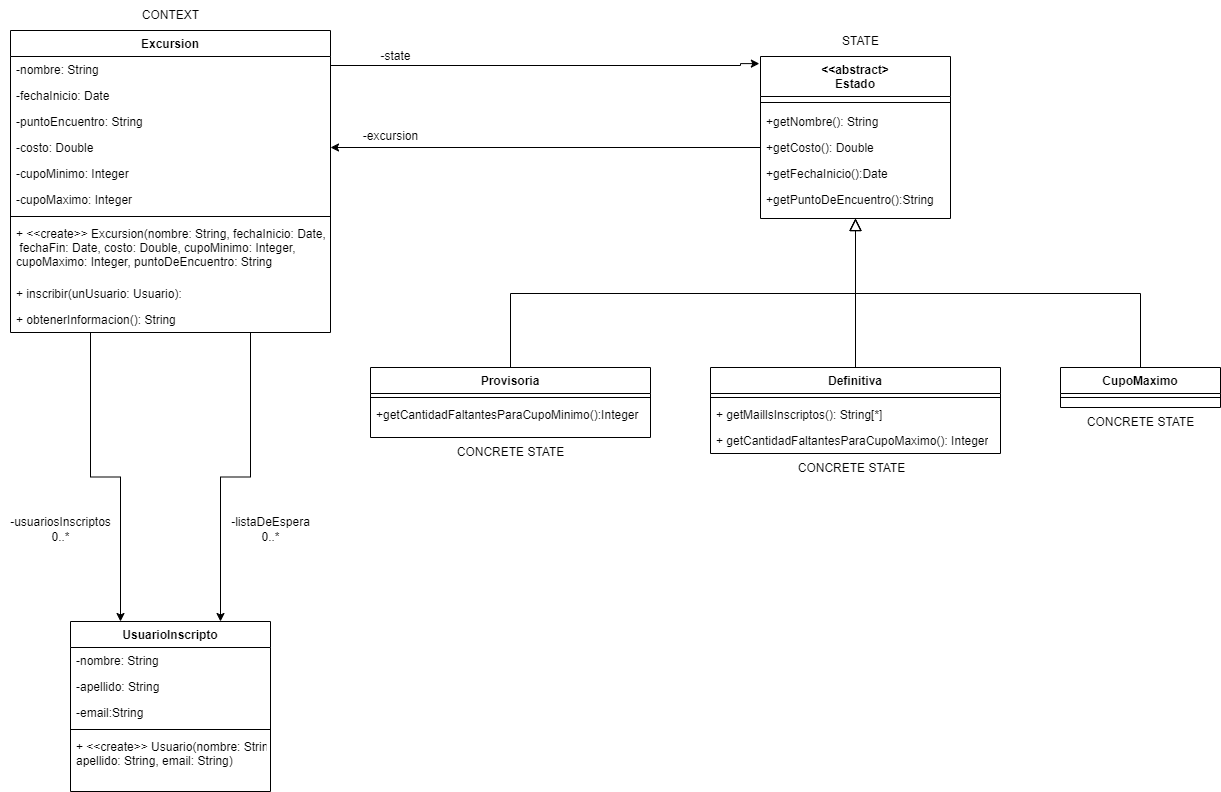
Above: UML/ejercicio8.png in JuCenBer/OO2-Orientacion-Objetos2 (draw.io), before the change. Source tidied: cells renumbered, new cells last; positions are measured from the earlier drawing's top-left corner, leaving out a move shared by most shapes.
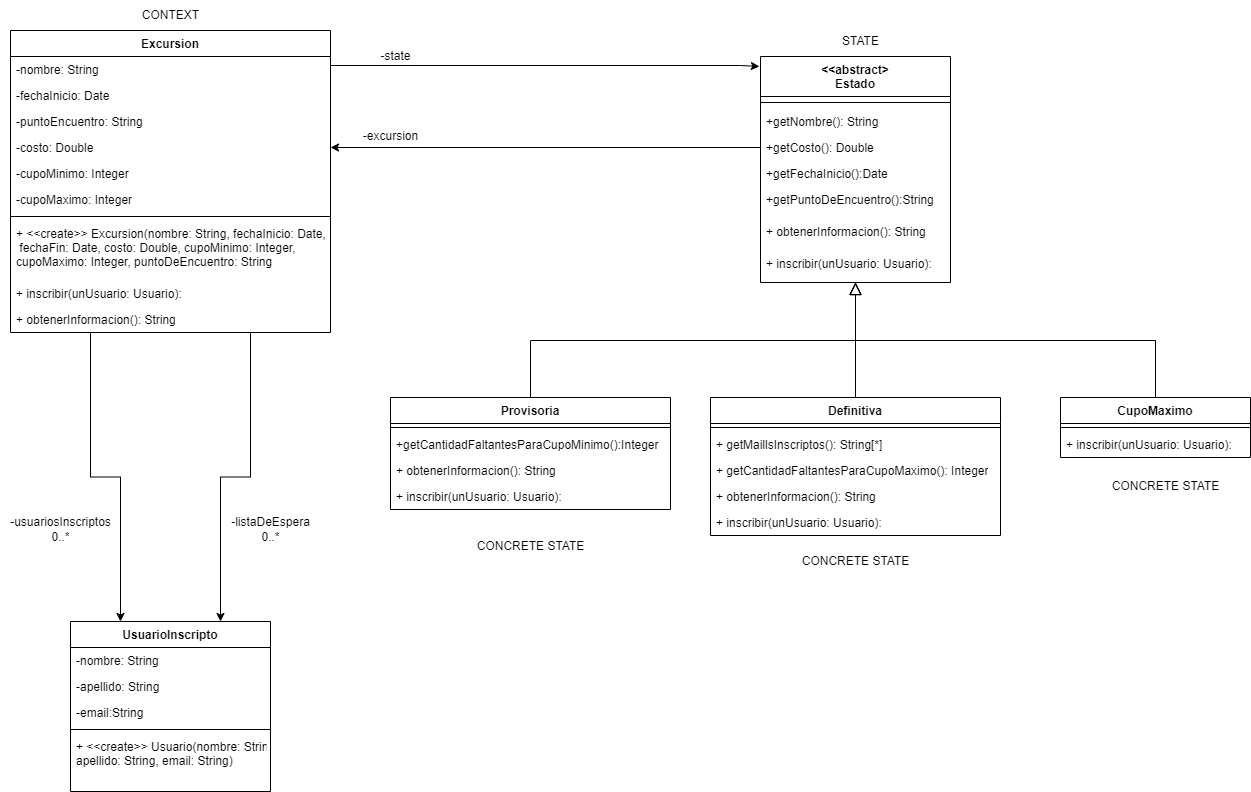
After the commit.

Commit message:
correcciones ejercicio 8

Diff of the diagram source:
```diff
@@ -21,7 +21,7 @@
       <mxGeometry y="112" width="200" height="38" as="geometry" />
     </mxCell>
     <mxCell id="8" value="Provisoria" style="swimlane;fontStyle=1;align=center;verticalAlign=top;horizontal=1;startSize=26;rounded=0;shadow=0;strokeWidth=1;" parent="1" vertex="1">
-      <mxGeometry x="370" y="367" width="280" height="70" as="geometry" />
+      <mxGeometry x="390" y="397" width="280" height="112" as="geometry" />
     </mxCell>
     <mxCell id="9" style="line;html=1;strokeWidth=1;align=left;verticalAlign=middle;spacingTop=-1;spacingLeft=3;spacingRight=3;labelPosition=right;" parent="8" vertex="1">
       <mxGeometry y="26" width="280" height="8" as="geometry" />
@@ -29,15 +29,24 @@
     <mxCell id="10" value="+getCantidadFaltantesParaCupoMinimo():Integer" style="text;align=left;verticalAlign=top;spacingLeft=4;spacingRight=4;overflow=hidden;" parent="8" vertex="1">
       <mxGeometry y="34" width="280" height="26" as="geometry" />
     </mxCell>
+    <mxCell id="50" value="+ obtenerInformacion(): String" style="text;align=left;verticalAlign=top;spacingLeft=4;spacingRight=4;overflow=hidden;" parent="8" vertex="1">
+      <mxGeometry y="60" width="280" height="26" as="geometry" />
+    </mxCell>
+    <mxCell id="51" value="+ inscribir(unUsuario: Usuario):" style="text;align=left;verticalAlign=top;spacingLeft=4;spacingRight=4;overflow=hidden;" parent="8" vertex="1">
+      <mxGeometry y="86" width="280" height="26" as="geometry" />
+    </mxCell>
     <mxCell id="11" style="endArrow=block;endSize=10;endFill=0;shadow=0;strokeWidth=1;rounded=0;edgeStyle=elbowEdgeStyle;elbow=vertical;entryX=0.5;entryY=1;entryDx=0;entryDy=0;" parent="1" edge="1" source="8" target="28">
       <mxGeometry relative="1" as="geometry" />
     </mxCell>
     <mxCell id="12" value="CupoMaximo" style="swimlane;fontStyle=1;align=center;verticalAlign=top;horizontal=1;startSize=26;rounded=0;shadow=0;strokeWidth=1;" parent="1" vertex="1">
-      <mxGeometry x="1060" y="367" width="160" height="40" as="geometry" />
+      <mxGeometry x="1060" y="397" width="190" height="60" as="geometry" />
     </mxCell>
     <mxCell id="13" style="line;html=1;strokeWidth=1;align=left;verticalAlign=middle;spacingTop=-1;spacingLeft=3;spacingRight=3;labelPosition=right;" parent="12" vertex="1">
-      <mxGeometry y="26" width="160" height="8" as="geometry" />
+      <mxGeometry y="26" width="190" height="8" as="geometry" />
     </mxCell>
+    <mxCell id="52" value="+ inscribir(unUsuario: Usuario):" style="text;strokeColor=none;fillColor=none;align=left;verticalAlign=top;spacingLeft=4;spacingRight=4;overflow=hidden;whiteSpace=wrap;html=1;" parent="12" vertex="1">
+      <mxGeometry y="34" width="190" height="26" as="geometry" />
+    </mxCell>
     <mxCell id="14" style="endArrow=block;endSize=10;endFill=0;shadow=0;strokeWidth=1;rounded=0;edgeStyle=elbowEdgeStyle;elbow=vertical;entryX=0.5;entryY=1;entryDx=0;entryDy=0;" parent="1" edge="1" source="12" target="28">
       <mxGeometry relative="1" as="geometry" />
     </mxCell>
@@ -81,7 +90,7 @@
       <mxGeometry y="276" width="320" height="26" as="geometry" />
     </mxCell>
     <mxCell id="28" value="&amp;lt;&amp;lt;abstract&amp;gt;&lt;br&gt;Estado" style="swimlane;fontStyle=1;align=center;verticalAlign=top;horizontal=1;startSize=40;whiteSpace=wrap;html=1;" parent="1" vertex="1">
-      <mxGeometry x="760" y="56" width="190" height="162" as="geometry" />
+      <mxGeometry x="760" y="56" width="190" height="226" as="geometry" />
     </mxCell>
     <mxCell id="29" style="line;strokeWidth=1;fillColor=none;align=left;verticalAlign=middle;spacingTop=-1;spacingLeft=3;spacingRight=3;labelPosition=right;strokeColor=inherit;" parent="28" vertex="1">
       <mxGeometry y="40" width="190" height="12" as="geometry" />
@@ -98,6 +107,12 @@
     <mxCell id="33" value="+getPuntoDeEncuentro():String" style="text;align=left;verticalAlign=top;spacingLeft=4;spacingRight=4;overflow=hidden;" parent="28" vertex="1">
       <mxGeometry y="130" width="190" height="32" as="geometry" />
     </mxCell>
+    <mxCell id="53" value="+ obtenerInformacion(): String" style="text;align=left;verticalAlign=top;spacingLeft=4;spacingRight=4;overflow=hidden;" parent="28" vertex="1">
+      <mxGeometry y="162" width="190" height="32" as="geometry" />
+    </mxCell>
+    <mxCell id="54" value="+ inscribir(unUsuario: Usuario):" style="text;align=left;verticalAlign=top;spacingLeft=4;spacingRight=4;overflow=hidden;" parent="28" vertex="1">
+      <mxGeometry y="194" width="190" height="32" as="geometry" />
+    </mxCell>
     <mxCell id="34" value="-state" style="text;html=1;align=center;verticalAlign=middle;strokeColor=none;fillColor=none;" parent="1" vertex="1">
       <mxGeometry x="370" y="41" width="50" height="30" as="geometry" />
     </mxCell>
@@ -105,7 +120,7 @@
       <mxGeometry x="350" y="121" width="80" height="30" as="geometry" />
     </mxCell>
     <mxCell id="36" value="Definitiva" style="swimlane;fontStyle=1;align=center;verticalAlign=top;horizontal=1;startSize=26;whiteSpace=wrap;html=1;" parent="1" vertex="1">
-      <mxGeometry x="710" y="367" width="290" height="86" as="geometry" />
+      <mxGeometry x="710" y="397" width="290" height="138" as="geometry" />
     </mxCell>
     <mxCell id="37" style="line;strokeWidth=1;fillColor=none;align=left;verticalAlign=middle;spacingTop=-1;spacingLeft=3;spacingRight=3;labelPosition=right;strokeColor=inherit;" parent="36" vertex="1">
       <mxGeometry y="26" width="290" height="8" as="geometry" />
@@ -116,6 +131,12 @@
     <mxCell id="39" value="+ getCantidadFaltantesParaCupoMaximo(): Integer" style="text;strokeColor=none;fillColor=none;align=left;verticalAlign=top;spacingLeft=4;spacingRight=4;overflow=hidden;whiteSpace=wrap;html=1;" parent="36" vertex="1">
       <mxGeometry y="60" width="290" height="26" as="geometry" />
     </mxCell>
+    <mxCell id="55" value="+ obtenerInformacion(): String" style="text;strokeColor=none;fillColor=none;align=left;verticalAlign=top;spacingLeft=4;spacingRight=4;overflow=hidden;whiteSpace=wrap;html=1;" parent="36" vertex="1">
+      <mxGeometry y="86" width="290" height="26" as="geometry" />
+    </mxCell>
+    <mxCell id="56" value="+ inscribir(unUsuario: Usuario):" style="text;strokeColor=none;fillColor=none;align=left;verticalAlign=top;spacingLeft=4;spacingRight=4;overflow=hidden;whiteSpace=wrap;html=1;" parent="36" vertex="1">
+      <mxGeometry y="112" width="290" height="26" as="geometry" />
+    </mxCell>
     <mxCell id="40" style="endArrow=block;endSize=10;endFill=0;shadow=0;strokeWidth=1;rounded=0;edgeStyle=elbowEdgeStyle;elbow=vertical;entryX=0.5;entryY=1;entryDx=0;entryDy=0;exitX=0.5;exitY=0;exitDx=0;exitDy=0;" parent="1" edge="1" source="36" target="28">
       <mxGeometry relative="1" as="geometry" />
     </mxCell>
@@ -123,13 +144,13 @@
       <mxGeometry x="830" y="26" width="60" height="30" as="geometry" />
     </mxCell>
     <mxCell id="42" value="CONCRETE STATE" style="text;html=1;align=center;verticalAlign=middle;strokeColor=none;fillColor=none;" parent="1" vertex="1">
-      <mxGeometry x="445" y="437" width="130" height="30" as="geometry" />
+      <mxGeometry x="465" y="531" width="130" height="30" as="geometry" />
     </mxCell>
     <mxCell id="43" value="CONCRETE STATE" style="text;html=1;align=center;verticalAlign=middle;strokeColor=none;fillColor=none;" parent="1" vertex="1">
-      <mxGeometry x="786" y="453" width="130" height="30" as="geometry" />
+      <mxGeometry x="790" y="546" width="130" height="30" as="geometry" />
     </mxCell>
     <mxCell id="44" value="CONCRETE STATE" style="text;html=1;align=center;verticalAlign=middle;strokeColor=none;fillColor=none;" parent="1" vertex="1">
-      <mxGeometry x="1075" y="407" width="130" height="30" as="geometry" />
+      <mxGeometry x="1100" y="471" width="130" height="30" as="geometry" />
     </mxCell>
     <mxCell id="45" value="CONTEXT" style="text;html=1;align=center;verticalAlign=middle;strokeColor=none;fillColor=none;" parent="1" vertex="1">
       <mxGeometry x="130" width="80" height="30" as="geometry" />
```
